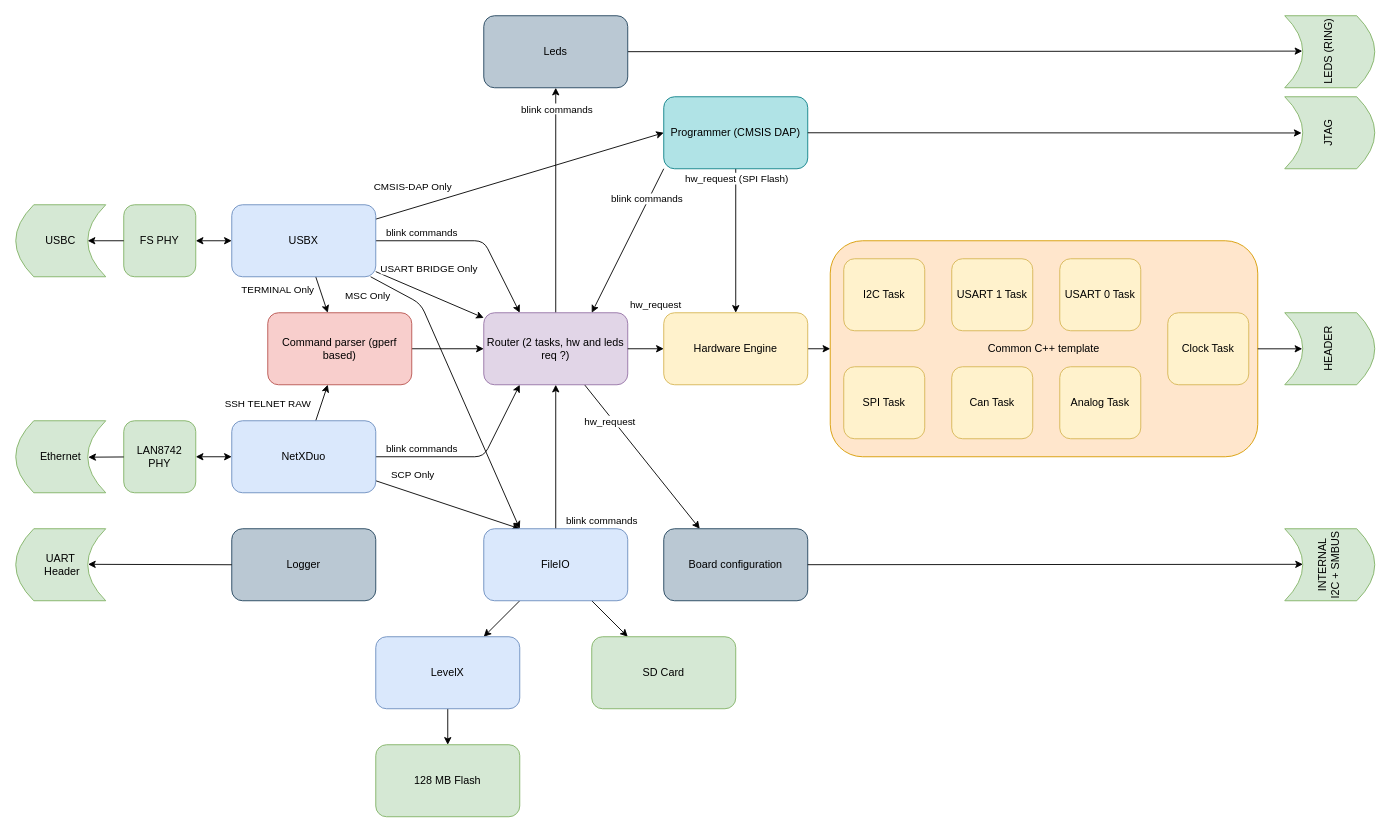
Earlier version of the draw.io diagram src/tasks.drawio (lheywang/EtherBench). Source tidied: cells renumbered, new cells numbered last; positions are measured from the earlier drawing's top-left corner, leaving out a move shared by most shapes. Both pictures are drawn from the tidied source at 90%, with x=0, y=0 at pixel (15, 15).
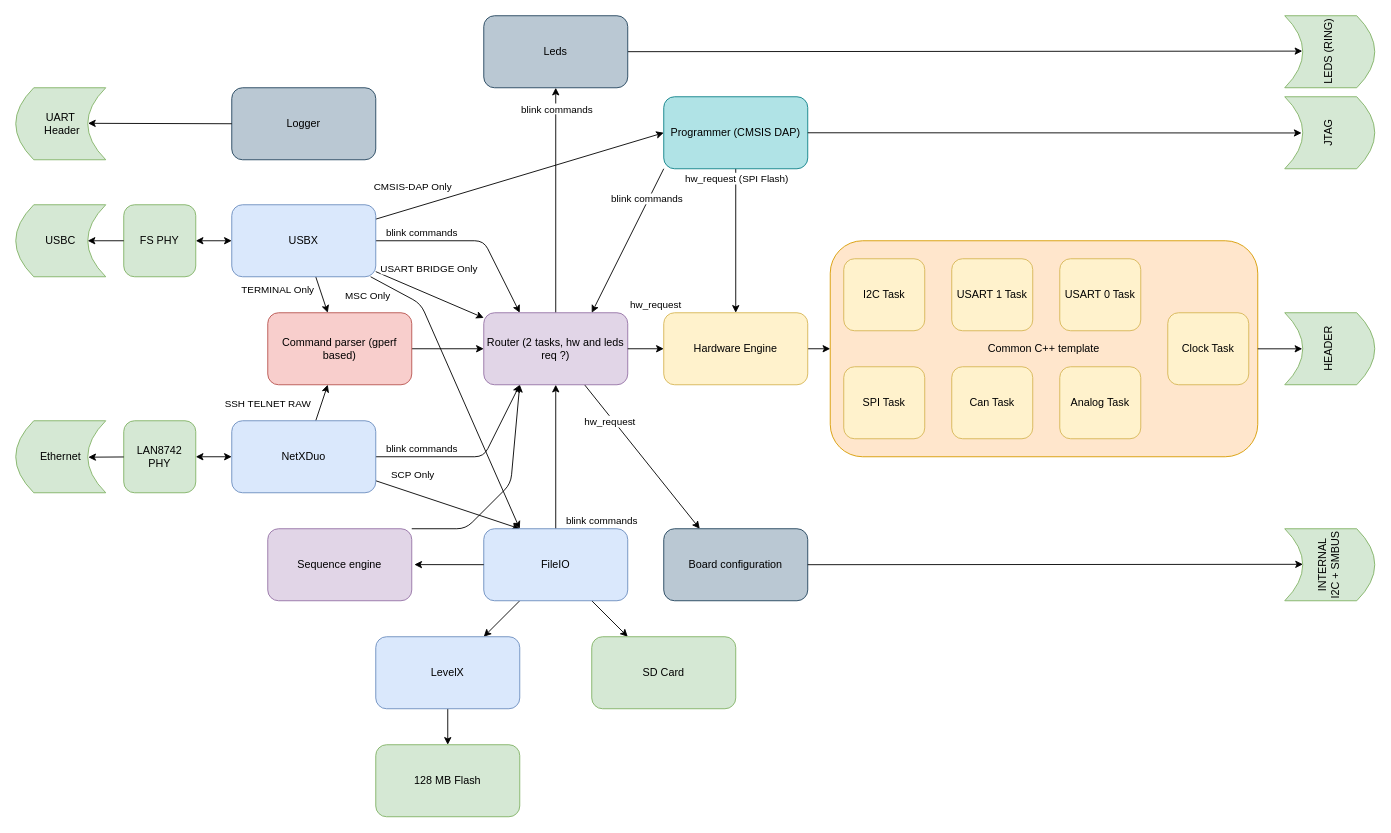
The same page after the edit.

The change refers to these unchanged cells:
```xml
<mxCell id="29" value="Router (2 tasks, hw and leds req ?)" style="rounded=1;whiteSpace=wrap;html=1;fillColor=#e1d5e7;strokeColor=#9673a6;" parent="1" vertex="1">
  <mxGeometry x="520" y="330" width="160" height="80" as="geometry" />
</mxCell>
<mxCell id="49" value="FileIO" style="rounded=1;whiteSpace=wrap;html=1;fillColor=#dae8fc;strokeColor=#6c8ebf;" parent="1" vertex="1">
  <mxGeometry x="520" y="570" width="160" height="80" as="geometry" />
</mxCell>
```

The edit, as a diff of the source:
```diff
@@
     <mxCell id="63" value="Logger" style="rounded=1;whiteSpace=wrap;html=1;fillColor=#bac8d3;strokeColor=#23445d;" parent="1" vertex="1">
-      <mxGeometry x="240" y="570" width="160" height="80" as="geometry" />
+      <mxGeometry x="240" y="80" width="160" height="80" as="geometry" />
     </mxCell>
     <mxCell id="64" value="UART&lt;div&gt;&amp;nbsp;Header&lt;/div&gt;" style="shape=dataStorage;whiteSpace=wrap;html=1;fixedSize=1;fillColor=#d5e8d4;strokeColor=#82b366;" parent="1" vertex="1">
-      <mxGeometry y="570" width="100" height="80" as="geometry" />
+      <mxGeometry y="80" width="100" height="80" as="geometry" />
     </mxCell>
@@
+    <mxCell id="74" style="edgeStyle=none;html=1;exitX=1;exitY=0;exitDx=0;exitDy=0;entryX=0.25;entryY=1;entryDx=0;entryDy=0;" parent="1" edge="1" source="75" target="29">
+      <mxGeometry relative="1" as="geometry">
+        <Array as="points">
+          <mxPoint x="500" y="570" />
+          <mxPoint x="550" y="520" />
+        </Array>
+      </mxGeometry>
+    </mxCell>
+    <mxCell id="75" value="Sequence engine" style="rounded=1;whiteSpace=wrap;html=1;fillColor=#e1d5e7;strokeColor=#9673a6;" parent="1" vertex="1">
+      <mxGeometry x="280" y="570" width="160" height="80" as="geometry" />
+    </mxCell>
+    <mxCell id="76" style="edgeStyle=none;html=1;entryX=1.018;entryY=0.498;entryDx=0;entryDy=0;entryPerimeter=0;" parent="1" edge="1" source="49" target="75">
+      <mxGeometry relative="1" as="geometry" />
+    </mxCell>
```
